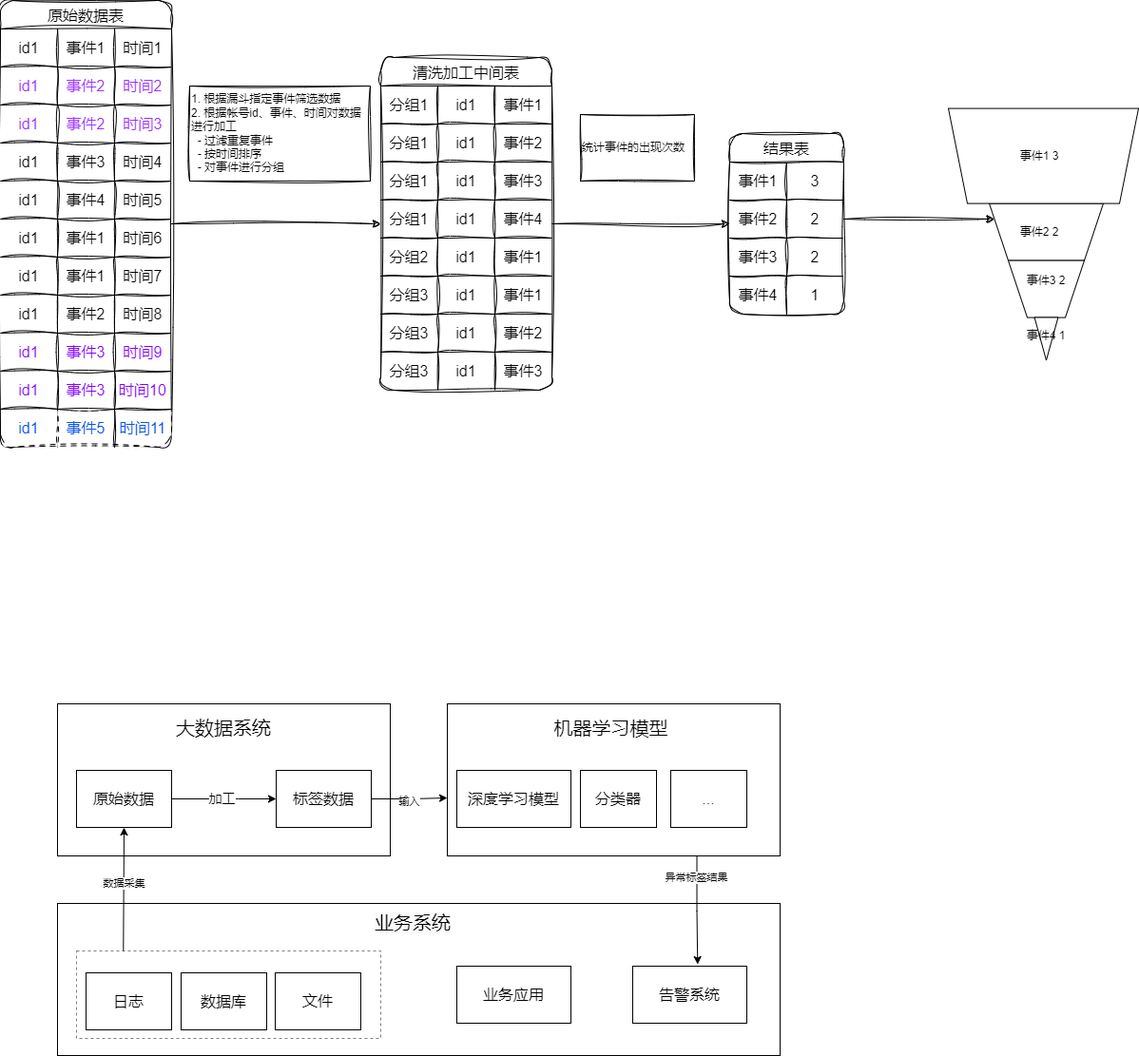
This is test1.drawio.png from fxfng/hello-world, a draw.io export, as it was before one commit. Source tidied: cells renumbered, new cells last; positions are measured from the earlier drawing's top-left corner, leaving out a move shared by most shapes.
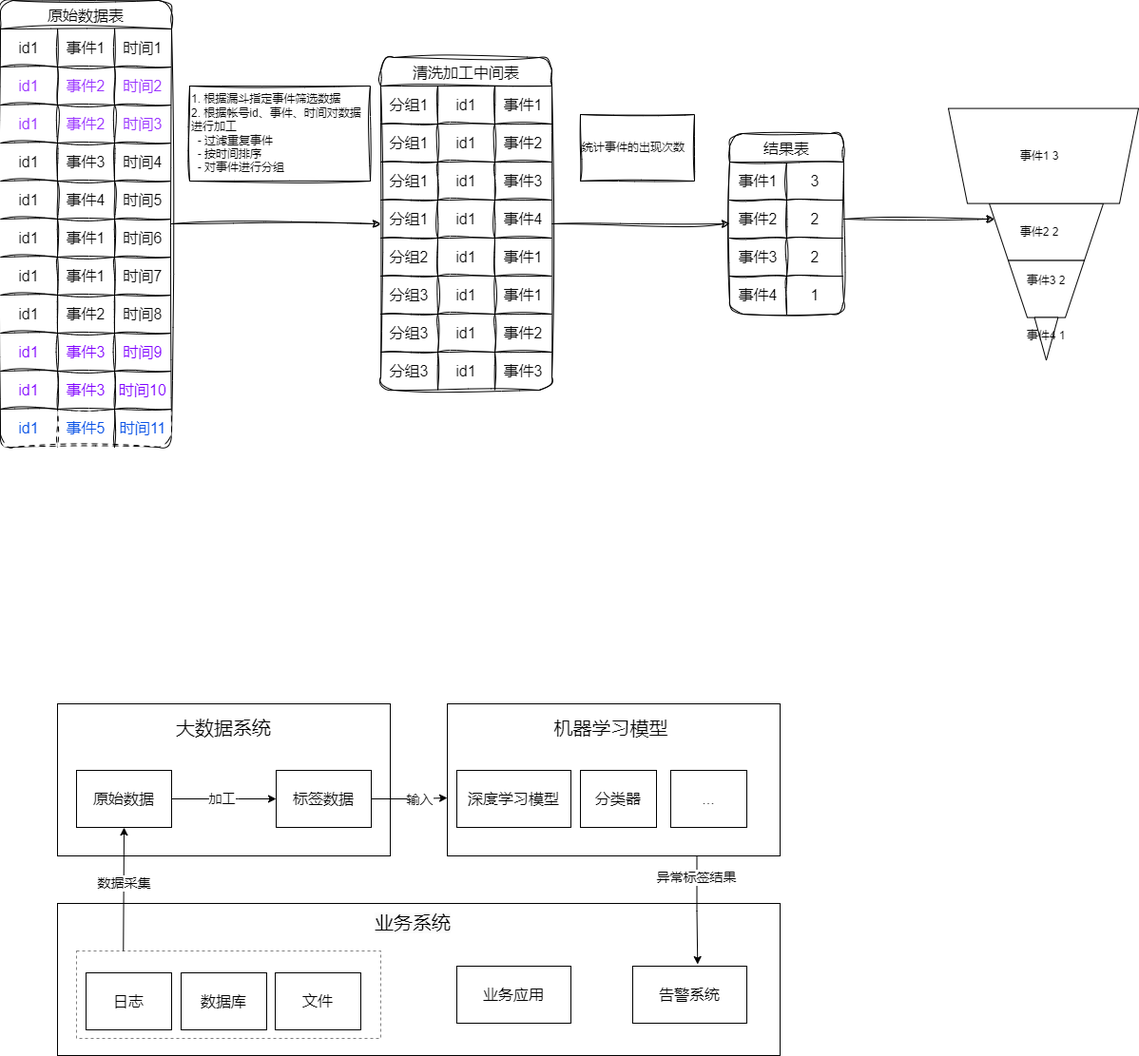
After the change.

What changed in the source:
```diff
@@ -365,7 +365,7 @@
         </Array>
       </mxGeometry>
     </mxCell>
-    <mxCell id="120" value="数据采集" style="edgeLabel;html=1;align=center;verticalAlign=middle;" parent="119" vertex="1">
+    <mxCell id="120" value="&lt;font style=&quot;font-size: 14px;&quot;&gt;数据采集&lt;/font&gt;" style="edgeLabel;html=1;align=center;verticalAlign=middle;" parent="119" vertex="1">
       <mxGeometry x="-0.1" y="1" relative="1" as="geometry">
         <mxPoint x="1" y="-13" as="offset" />
       </mxGeometry>
@@ -381,9 +381,9 @@
         <mxPoint x="470" y="839" as="targetPoint" />
       </mxGeometry>
     </mxCell>
-    <mxCell id="124" value="输入" style="edgeLabel;html=1;align=center;verticalAlign=middle;" parent="123" vertex="1">
+    <mxCell id="124" value="输入" style="edgeLabel;html=1;align=center;verticalAlign=middle;fontSize=14;" parent="123" vertex="1">
       <mxGeometry x="0.01" y="-2" relative="1" as="geometry">
-        <mxPoint x="-1" y="1" as="offset" />
+        <mxPoint x="10" y="-1" as="offset" />
       </mxGeometry>
     </mxCell>
     <mxCell id="125" value="&lt;span style=&quot;font-size: 16px;&quot;&gt;数据库&lt;/span&gt;" style="rounded=0;whiteSpace=wrap;html=1;" parent="1" vertex="1">
@@ -398,7 +398,7 @@
     <mxCell id="128" style="edgeStyle=orthogonalEdgeStyle;rounded=0;jettySize=auto;html=1;exitX=0.75;exitY=1;exitDx=0;exitDy=0;entryX=0.569;entryY=-0.033;entryDx=0;entryDy=0;entryPerimeter=0;" parent="1" edge="1" source="115" target="108">
       <mxGeometry relative="1" as="geometry" />
     </mxCell>
-    <mxCell id="129" value="异常标签结果" style="edgeLabel;html=1;align=center;verticalAlign=middle;" parent="128" vertex="1">
+    <mxCell id="129" value="异常标签结果" style="edgeLabel;html=1;align=center;verticalAlign=middle;fontSize=14;" parent="128" vertex="1">
       <mxGeometry x="-0.61" y="-1" relative="1" as="geometry" />
     </mxCell>
     <mxCell id="130" value="&lt;font style=&quot;font-size: 16px;&quot;&gt;业务应用&lt;/font&gt;" style="rounded=0;whiteSpace=wrap;html=1;" parent="1" vertex="1">
```
